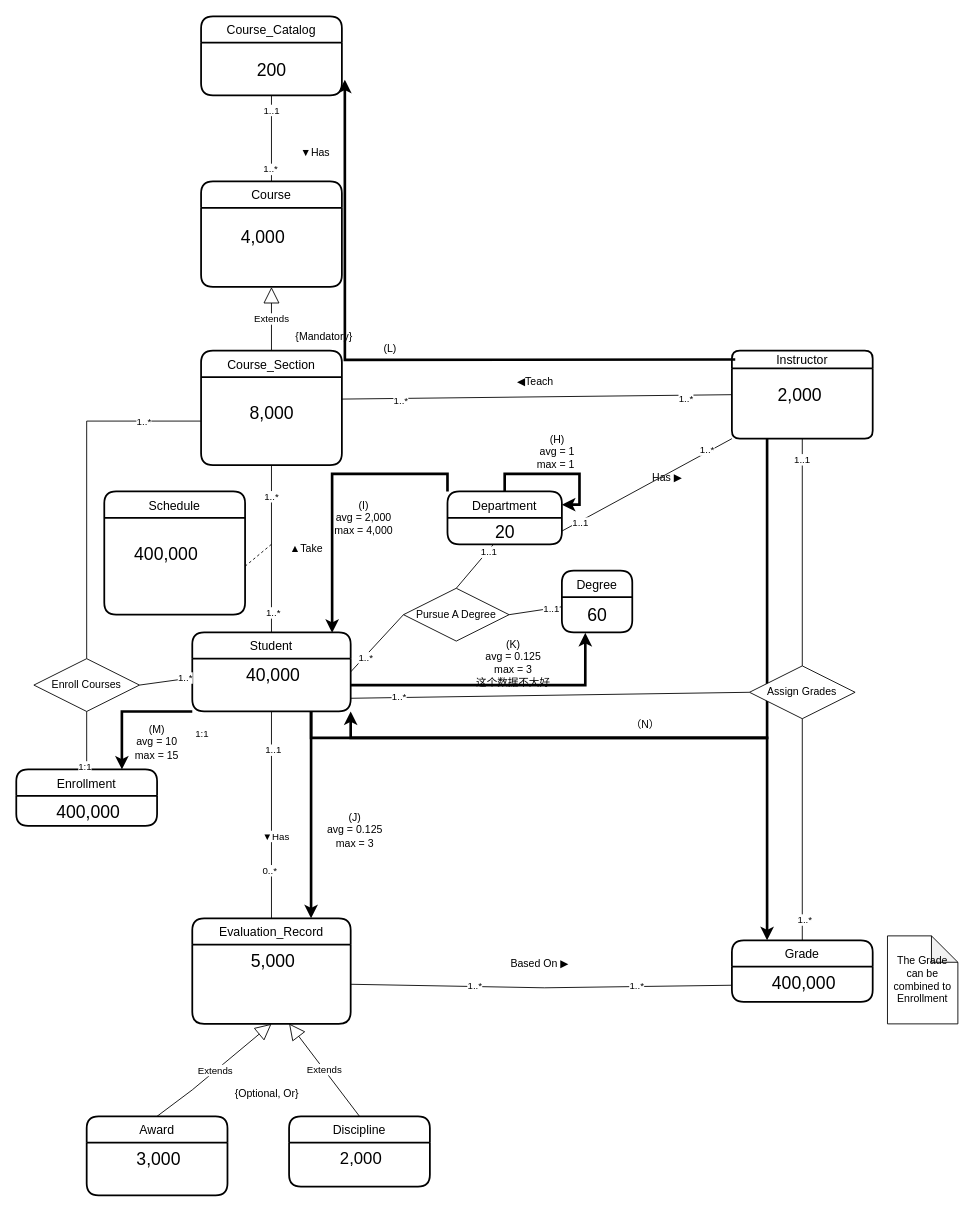
bincute/iAmReadingBook keeps this draw.io diagram as page "第 5 页" (5 of 6) of 未命名绘图2.drawio. Above is the earlier version. Source tidied: cells renumbered, new cells numbered last; positions are measured from the earlier drawing's top-left corner, leaving out a move shared by most shapes. Both pictures are drawn from the tidied source at 88%, with x=0, y=0 at pixel (16, 16).
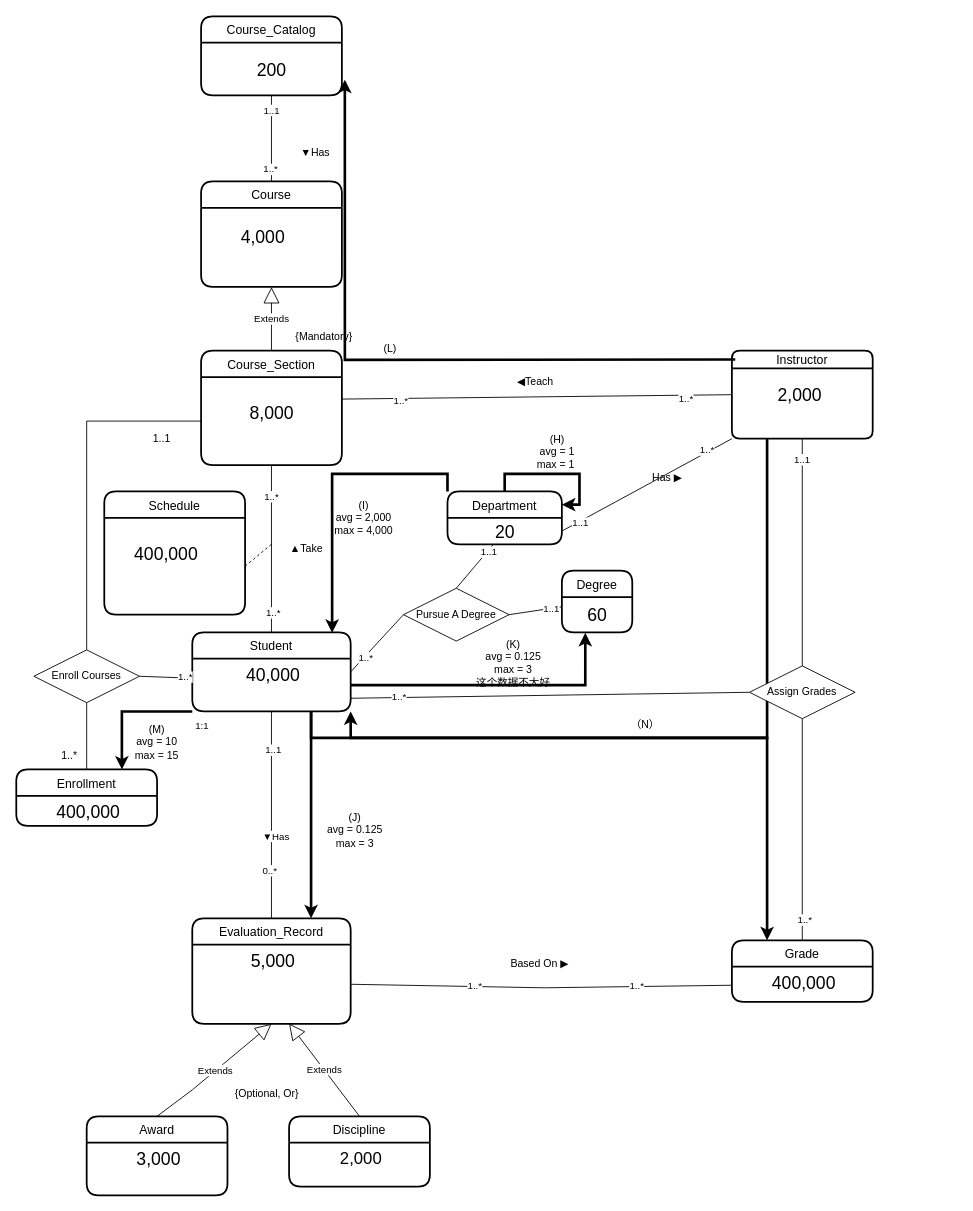
The same diagram, later.

The change refers to these unchanged cells:
```xml
<mxCell id="26" style="edgeStyle=none;rounded=0;jettySize=auto;html=1;entryX=0;entryY=0.5;entryDx=0;entryDy=0;endArrow=none;endFill=0;" parent="1" edge="1" source="28">
  <mxGeometry relative="1" as="geometry">
    <mxPoint x="210" y="460" as="targetPoint" />
    <Array as="points">
      <mxPoint x="80" y="460" />
    </Array>
  </mxGeometry>
</mxCell>
<mxCell id="56" style="edgeStyle=none;rounded=0;jettySize=auto;html=1;exitX=0.5;exitY=0;exitDx=0;exitDy=0;entryX=0.5;entryY=1;entryDx=0;entryDy=0;endArrow=none;endFill=0;" parent="1" edge="1" source="54" target="28">
  <mxGeometry relative="1" as="geometry" />
</mxCell>
```

The edit, as a diff of the source:
```diff
@@
-    <mxCell id="27" value="1..*" style="edgeLabel;html=1;align=center;verticalAlign=middle;" parent="26" vertex="1">
-      <mxGeometry x="0.67" relative="1" as="geometry" />
-    </mxCell>
     <mxCell id="28" value="Enroll Courses" style="shape=rhombus;perimeter=rhombusPerimeter;whiteSpace=wrap;html=1;align=center;" parent="1" vertex="1">
-      <mxGeometry x="20" y="730" width="120" height="60" as="geometry" />
+      <mxGeometry x="20" y="720" width="120" height="60" as="geometry" />
     </mxCell>
@@
-    <mxCell id="57" value="1:1" style="edgeLabel;html=1;align=center;verticalAlign=middle;" parent="56" vertex="1">
-      <mxGeometry x="-0.9" y="3" relative="1" as="geometry" />
-    </mxCell>
@@
-    <mxCell id="95" value="The Grade can be combined to Enrollment" style="shape=note;whiteSpace=wrap;html=1;backgroundOutline=1;darkOpacity=0.05;" parent="1" vertex="1">
-      <mxGeometry x="990" y="1045" width="80" height="100" as="geometry" />
-    </mxCell>
+    <mxCell id="96" value="1..1" style="text;html=1;align=center;verticalAlign=middle;strokeColor=none;fillColor=none;" parent="1" vertex="1">
+      <mxGeometry x="145" y="465" width="40" height="30" as="geometry" />
+    </mxCell>
+    <mxCell id="27" value="1..*" style="text;html=1;align=center;verticalAlign=middle;strokeColor=none;fillColor=none;" parent="1" vertex="1">
+      <mxGeometry x="40" y="825.9" width="40" height="30" as="geometry" />
+    </mxCell>
```
